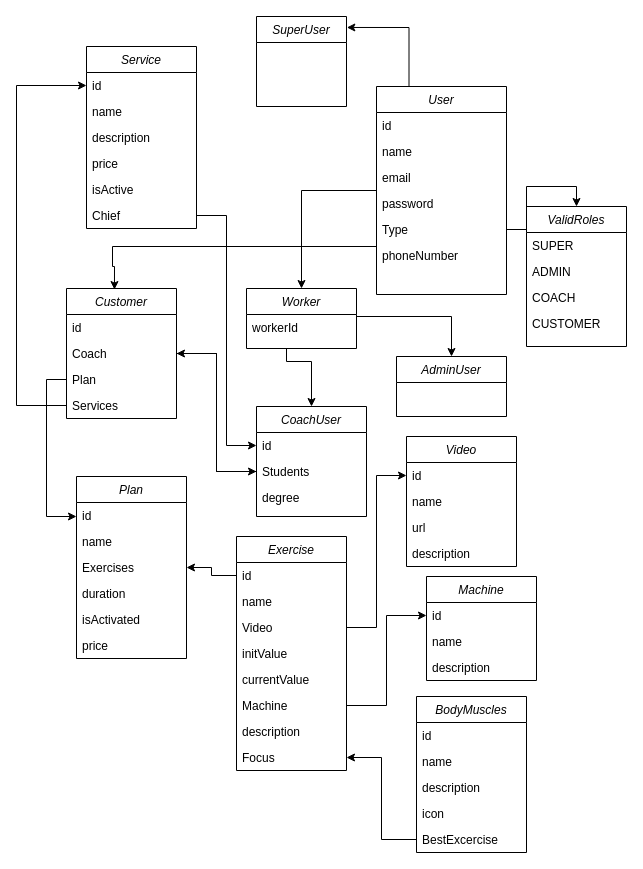
Before: domain_diagram.drawio in Chris-AM/gym_maintainer_backend, a draw.io diagram. Source tidied: cells renumbered, new cells numbered last; positions are measured from the earlier drawing's top-left corner, leaving out a move shared by most shapes. Both pictures are drawn from the tidied source at 100%, with x=0, y=0 at pixel (16, 16).
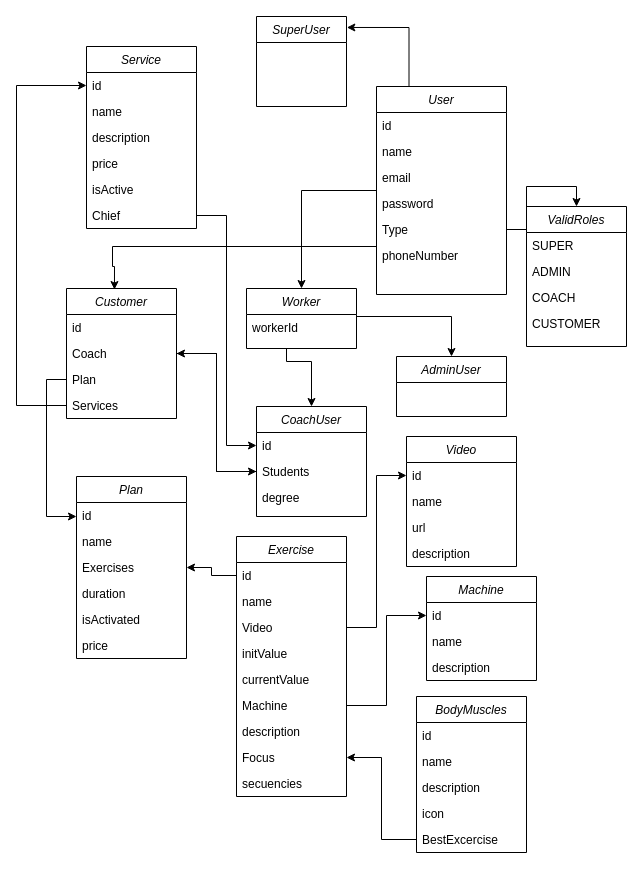
The same diagram, later.

Commit message:
:memo: adding secuencies to exercises.

Diff of the diagram source:
```diff
@@
     <mxCell id="23" value="Exercise" style="swimlane;fontStyle=2;align=center;verticalAlign=top;horizontal=1;startSize=26;rounded=0;shadow=0;strokeWidth=1;" parent="1" vertex="1">
-      <mxGeometry x="220" y="520" width="110" height="234" as="geometry" />
+      <mxGeometry x="220" y="520" width="110" height="260" as="geometry" />
     </mxCell>
@@
+    <mxCell id="82" value="secuencies" style="text;align=left;verticalAlign=top;spacingLeft=4;spacingRight=4;overflow=hidden;rounded=0;shadow=0;html=0;" parent="23" vertex="1">
+      <mxGeometry y="234" width="110" height="26" as="geometry" />
+    </mxCell>
```
